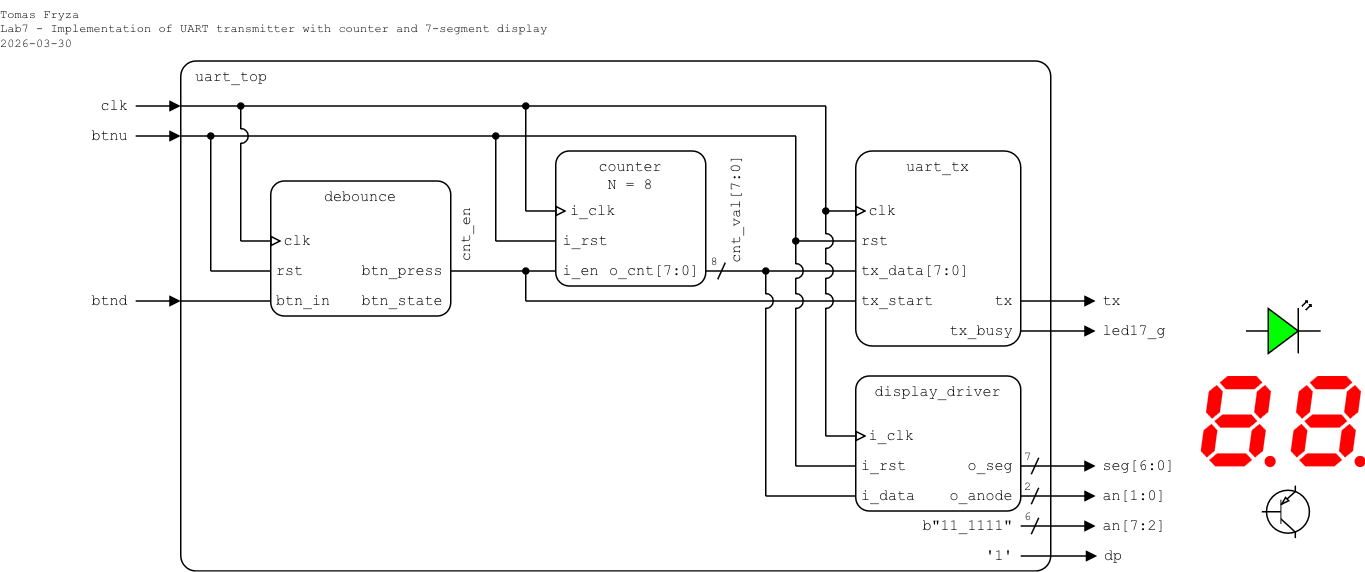
This is lab7-uart/images/top-level_ver3.png from tomas-fryza/verilog-examples, a draw.io export, as it was before one commit. Source tidied: cells renumbered, new cells last; positions are measured from the earlier drawing's top-left corner, leaving out a move shared by most shapes.
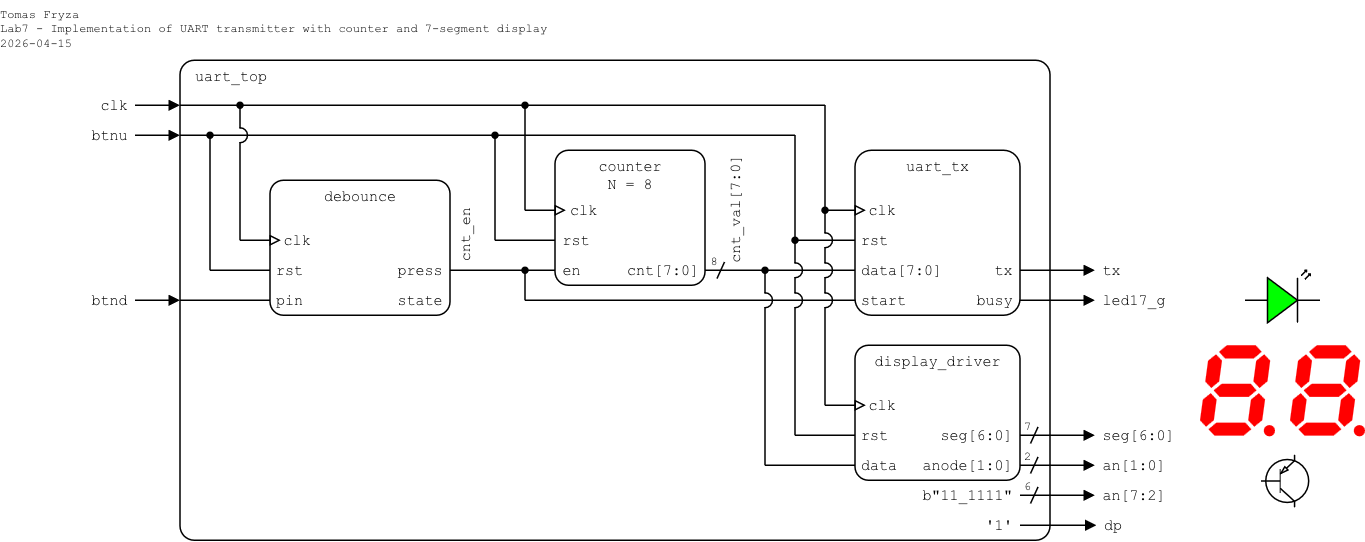
The same diagram one commit later.

Change to the diagram source:
```diff
@@ -5,18 +5,18 @@
     <mxCell id="2" value="uart_top" style="rounded=1;arcSize=3;whiteSpace=wrap;html=1;align=left;verticalAlign=top;fontFamily=Courier New;absoluteArcSize=0;fillColor=none;fontSize=10;spacingLeft=10;imageHeight=24;spacing=0;" parent="1" vertex="1">
-      <mxGeometry x="120" y="40" width="580" height="340" as="geometry" />
+      <mxGeometry x="120" y="40" width="580" height="320" as="geometry" />
     </mxCell>
     <mxCell id="3" value="display_driver" style="rounded=1;arcSize=10;align=center;verticalAlign=top;fontFamily=Courier New;absoluteArcSize=0;fillColor=none;fixDash=0;fontSize=10;spacingLeft=0;labelBorderColor=none;spacingTop=0;spacing=0;labelBackgroundColor=none;whiteSpace=wrap;html=1;strokeWidth=1;shadow=0;glass=0;" parent="1" vertex="1">
-      <mxGeometry x="570" y="250" width="110" height="90" as="geometry" />
+      <mxGeometry x="570" y="230" width="110" height="90" as="geometry" />
     </mxCell>
-    <mxCell id="4" value="i_rst" style="text;html=1;align=left;verticalAlign=middle;whiteSpace=wrap;rounded=0;fontFamily=Courier New;fontSize=10;fillOpacity=100;spacingLeft=5;spacing=0;" parent="1" vertex="1">
-      <mxGeometry x="569.4" y="300" width="30.6" height="20" as="geometry" />
+    <mxCell id="4" value="rst" style="text;html=1;align=left;verticalAlign=middle;whiteSpace=wrap;rounded=0;fontFamily=Courier New;fontSize=10;fillOpacity=100;spacingLeft=5;spacing=0;" parent="1" vertex="1">
+      <mxGeometry x="569.4" y="280" width="30.6" height="20" as="geometry" />
     </mxCell>
-    <mxCell id="5" value="i_clk" style="text;html=1;align=left;verticalAlign=middle;whiteSpace=wrap;rounded=0;fontFamily=Courier New;fontSize=10;fillOpacity=100;spacing=0;spacingLeft=10;" parent="1" vertex="1">
-      <mxGeometry x="569.4" y="280" width="40.6" height="20" as="geometry" />
+    <mxCell id="5" value="clk" style="text;html=1;align=left;verticalAlign=middle;whiteSpace=wrap;rounded=0;fontFamily=Courier New;fontSize=10;fillOpacity=100;spacing=0;spacingLeft=10;" parent="1" vertex="1">
+      <mxGeometry x="569.4" y="260" width="40.6" height="20" as="geometry" />
     </mxCell>
-    <mxCell id="6" value="o_seg" style="text;html=1;align=right;verticalAlign=middle;whiteSpace=wrap;rounded=0;fontFamily=Courier New;fontSize=10;fillOpacity=100;spacing=0;spacingRight=5;" parent="1" vertex="1">
-      <mxGeometry x="620" y="300" width="60" height="20" as="geometry" />
+    <mxCell id="6" value="seg[6:0]" style="text;html=1;align=right;verticalAlign=middle;whiteSpace=wrap;rounded=0;fontFamily=Courier New;fontSize=10;fillOpacity=100;spacing=0;spacingRight=5;" parent="1" vertex="1">
+      <mxGeometry x="620" y="280" width="60" height="20" as="geometry" />
     </mxCell>
-    <mxCell id="7" value="i_data" style="text;html=1;align=left;verticalAlign=middle;whiteSpace=wrap;rounded=0;fontFamily=Courier New;fontSize=10;fillOpacity=100;spacingLeft=5;spacing=0;" parent="1" vertex="1">
-      <mxGeometry x="569.4" y="320" width="60.6" height="20" as="geometry" />
+    <mxCell id="7" value="data" style="text;html=1;align=left;verticalAlign=middle;whiteSpace=wrap;rounded=0;fontFamily=Courier New;fontSize=10;fillOpacity=100;spacingLeft=5;spacing=0;" parent="1" vertex="1">
+      <mxGeometry x="569.4" y="300" width="40.6" height="20" as="geometry" />
     </mxCell>
@@ -24,4 +24,4 @@
       <mxGeometry relative="1" as="geometry">
-        <mxPoint x="680" y="310" as="sourcePoint" />
-        <mxPoint x="730" y="310" as="targetPoint" />
+        <mxPoint x="680" y="290" as="sourcePoint" />
+        <mxPoint x="730" y="290" as="targetPoint" />
       </mxGeometry>
@@ -29,3 +29,3 @@
     <mxCell id="9" value="seg[6:0]" style="text;html=1;align=left;verticalAlign=middle;whiteSpace=wrap;rounded=0;fontFamily=Courier New;fontSize=10;fillOpacity=100;spacing=0;spacingLeft=5;" parent="1" vertex="1">
-      <mxGeometry x="730" y="300" width="60" height="20" as="geometry" />
+      <mxGeometry x="730" y="280" width="60" height="20" as="geometry" />
     </mxCell>
@@ -33,4 +33,4 @@
       <mxGeometry relative="1" as="geometry">
-        <mxPoint x="680" y="350" as="sourcePoint" />
-        <mxPoint x="730" y="350" as="targetPoint" />
+        <mxPoint x="680" y="330" as="sourcePoint" />
+        <mxPoint x="730" y="330" as="targetPoint" />
       </mxGeometry>
@@ -38,6 +38,6 @@
     <mxCell id="11" value="b&quot;11_1111&quot;" style="text;html=1;align=right;verticalAlign=middle;whiteSpace=wrap;rounded=0;fontFamily=Courier New;fontSize=10;fillOpacity=100;spacing=0;spacingLeft=0;spacingRight=5;" parent="1" vertex="1">
-      <mxGeometry x="610" y="340" width="70" height="20" as="geometry" />
+      <mxGeometry x="610" y="320" width="70" height="20" as="geometry" />
     </mxCell>
     <mxCell id="12" value="an[7:2]" style="text;html=1;align=left;verticalAlign=middle;whiteSpace=wrap;rounded=0;fontFamily=Courier New;fontSize=10;fillOpacity=100;spacing=0;spacingLeft=5;" parent="1" vertex="1">
-      <mxGeometry x="730" y="340" width="50" height="20" as="geometry" />
+      <mxGeometry x="730" y="320" width="50" height="20" as="geometry" />
     </mxCell>
@@ -45,4 +45,4 @@
       <mxGeometry relative="1" as="geometry">
-        <mxPoint x="680" y="330" as="sourcePoint" />
-        <mxPoint x="730" y="330" as="targetPoint" />
+        <mxPoint x="680" y="310" as="sourcePoint" />
+        <mxPoint x="730" y="310" as="targetPoint" />
       </mxGeometry>
@@ -50,6 +50,6 @@
     <mxCell id="14" value="an[1:0]" style="text;html=1;align=left;verticalAlign=middle;whiteSpace=wrap;rounded=0;fontFamily=Courier New;fontSize=10;fillOpacity=100;spacing=0;spacingLeft=5;" parent="1" vertex="1">
-      <mxGeometry x="730" y="320" width="20" height="20" as="geometry" />
+      <mxGeometry x="730" y="300" width="20" height="20" as="geometry" />
     </mxCell>
     <mxCell id="15" value="7" style="text;html=1;align=center;verticalAlign=middle;whiteSpace=wrap;rounded=0;fontFamily=Courier New;fontSize=8;fillOpacity=100;spacing=2;spacingRight=0;" parent="1" vertex="1">
-      <mxGeometry x="680" y="294" width="10" height="20" as="geometry" />
+      <mxGeometry x="680" y="274" width="10" height="20" as="geometry" />
     </mxCell>
@@ -57,4 +57,4 @@
       <mxGeometry relative="1" as="geometry">
-        <mxPoint x="692" y="304.5" as="sourcePoint" />
-        <mxPoint x="687" y="315.5" as="targetPoint" />
+        <mxPoint x="692" y="284.5" as="sourcePoint" />
+        <mxPoint x="687" y="295.5" as="targetPoint" />
       </mxGeometry>
@@ -62,3 +62,3 @@
     <mxCell id="17" value="6" style="text;html=1;align=center;verticalAlign=middle;whiteSpace=wrap;rounded=0;fontFamily=Courier New;fontSize=8;fillOpacity=100;spacing=2;spacingRight=0;" parent="1" vertex="1">
-      <mxGeometry x="680" y="334" width="10" height="20" as="geometry" />
+      <mxGeometry x="680" y="314" width="10" height="20" as="geometry" />
     </mxCell>
@@ -66,8 +66,8 @@
       <mxGeometry relative="1" as="geometry">
-        <mxPoint x="692" y="344.5" as="sourcePoint" />
-        <mxPoint x="687" y="355.5" as="targetPoint" />
+        <mxPoint x="692" y="324.5" as="sourcePoint" />
+        <mxPoint x="687" y="335.5" as="targetPoint" />
       </mxGeometry>
     </mxCell>
-    <mxCell id="19" value="o_anode" style="text;html=1;align=right;verticalAlign=middle;whiteSpace=wrap;rounded=0;fontFamily=Courier New;fontSize=10;fillOpacity=100;spacing=0;spacingRight=5;" parent="1" vertex="1">
-      <mxGeometry x="610" y="320" width="70" height="20" as="geometry" />
+    <mxCell id="19" value="anode[1:0]" style="text;html=1;align=right;verticalAlign=middle;whiteSpace=wrap;rounded=0;fontFamily=Courier New;fontSize=10;fillOpacity=100;spacing=0;spacingRight=5;" parent="1" vertex="1">
+      <mxGeometry x="610" y="300" width="70" height="20" as="geometry" />
     </mxCell>
@@ -75,4 +75,4 @@
       <mxGeometry relative="1" as="geometry">
-        <mxPoint x="680" y="370" as="sourcePoint" />
-        <mxPoint x="731" y="370" as="targetPoint" />
+        <mxPoint x="680" y="350" as="sourcePoint" />
+        <mxPoint x="731" y="350" as="targetPoint" />
       </mxGeometry>
@@ -80,18 +80,18 @@
     <mxCell id="21" value="dp" style="text;html=1;align=left;verticalAlign=middle;whiteSpace=wrap;rounded=0;fontFamily=Courier New;fontSize=10;fillOpacity=100;spacing=0;spacingLeft=5;" parent="1" vertex="1">
-      <mxGeometry x="731" y="360" width="20" height="20" as="geometry" />
+      <mxGeometry x="731" y="340" width="20" height="20" as="geometry" />
     </mxCell>
     <mxCell id="22" value="'1'" style="text;html=1;align=right;verticalAlign=middle;whiteSpace=wrap;rounded=0;fontFamily=Courier New;fontSize=10;fillOpacity=100;spacing=0;spacingLeft=0;spacingRight=5;" parent="1" vertex="1">
-      <mxGeometry x="650" y="360" width="30" height="20" as="geometry" />
+      <mxGeometry x="650" y="340" width="30" height="20" as="geometry" />
     </mxCell>
     <mxCell id="23" style="verticalLabelPosition=bottom;shadow=0;dashed=0;align=center;html=1;verticalAlign=top;shape=mxgraph.electrical.opto_electronics.7_segment_display_with_dp;fillColor=#FF0000;strokeColor=none;" parent="1" vertex="1">
-      <mxGeometry x="800" y="250" width="50" height="60.8" as="geometry" />
+      <mxGeometry x="800" y="230" width="50" height="60.8" as="geometry" />
     </mxCell>
     <mxCell id="24" style="verticalLabelPosition=bottom;shadow=0;dashed=0;align=center;html=1;verticalAlign=top;shape=mxgraph.electrical.opto_electronics.7_segment_display_with_dp;fillColor=#FF0000;strokeColor=none;" parent="1" vertex="1">
-      <mxGeometry x="860" y="250" width="50" height="60.8" as="geometry" />
+      <mxGeometry x="860" y="230" width="50" height="60.8" as="geometry" />
     </mxCell>
     <mxCell id="25" style="verticalLabelPosition=bottom;shadow=0;dashed=0;align=center;html=1;verticalAlign=top;shape=mxgraph.electrical.transistors.pnp_transistor_1;" parent="1" vertex="1">
-      <mxGeometry x="840" y="323" width="33.2" height="35" as="geometry" />
+      <mxGeometry x="840" y="303" width="33.2" height="35" as="geometry" />
     </mxCell>
     <mxCell id="26" value="2" style="text;html=1;align=center;verticalAlign=middle;whiteSpace=wrap;rounded=0;fontFamily=Courier New;fontSize=8;fillOpacity=100;spacing=2;spacingRight=0;" parent="1" vertex="1">
-      <mxGeometry x="680" y="314" width="10" height="20" as="geometry" />
+      <mxGeometry x="680" y="294" width="10" height="20" as="geometry" />
     </mxCell>
@@ -99,4 +99,4 @@
       <mxGeometry relative="1" as="geometry">
-        <mxPoint x="692" y="324.5" as="sourcePoint" />
-        <mxPoint x="687" y="335.5" as="targetPoint" />
+        <mxPoint x="692" y="304.5" as="sourcePoint" />
+        <mxPoint x="687" y="315.5" as="targetPoint" />
       </mxGeometry>
@@ -104,6 +104,6 @@
     <mxCell id="28" value="&lt;div&gt;uart_tx&lt;/div&gt;" style="rounded=1;arcSize=10;align=center;verticalAlign=top;fontFamily=Courier New;absoluteArcSize=0;fillColor=none;fixDash=0;fontSize=10;spacingLeft=0;labelBorderColor=none;spacingTop=0;spacing=0;labelBackgroundColor=none;whiteSpace=wrap;html=1;strokeWidth=1;shadow=0;glass=0;" parent="1" vertex="1">
-      <mxGeometry x="570" y="100" width="110" height="130" as="geometry" />
+      <mxGeometry x="570" y="100" width="110" height="110" as="geometry" />
     </mxCell>
-    <mxCell id="29" value="tx_data[7:0]" style="text;html=1;align=left;verticalAlign=middle;whiteSpace=wrap;rounded=0;fontFamily=Courier New;fontSize=10;fillOpacity=100;spacingLeft=5;spacing=0;" parent="1" vertex="1">
-      <mxGeometry x="569.4" y="170" width="80.6" height="20" as="geometry" />
+    <mxCell id="29" value="data[7:0]" style="text;html=1;align=left;verticalAlign=middle;whiteSpace=wrap;rounded=0;fontFamily=Courier New;fontSize=10;fillOpacity=100;spacingLeft=5;spacing=0;" parent="1" vertex="1">
+      <mxGeometry x="569.4" y="170" width="60.6" height="20" as="geometry" />
     </mxCell>
@@ -113,6 +113,6 @@
     <mxCell id="31" value="tx" style="text;html=1;align=right;verticalAlign=middle;whiteSpace=wrap;rounded=0;fontFamily=Courier New;fontSize=10;fillOpacity=100;spacing=0;spacingRight=5;" parent="1" vertex="1">
-      <mxGeometry x="650" y="190" width="30" height="20" as="geometry" />
+      <mxGeometry x="650" y="170" width="30" height="20" as="geometry" />
     </mxCell>
-    <mxCell id="32" value="tx_start" style="text;html=1;align=left;verticalAlign=middle;whiteSpace=wrap;rounded=0;fontFamily=Courier New;fontSize=10;fillOpacity=100;spacingLeft=5;spacing=0;" parent="1" vertex="1">
-      <mxGeometry x="569.4" y="190" width="60.6" height="20" as="geometry" />
+    <mxCell id="32" value="start" style="text;html=1;align=left;verticalAlign=middle;whiteSpace=wrap;rounded=0;fontFamily=Courier New;fontSize=10;fillOpacity=100;spacingLeft=5;spacing=0;" parent="1" vertex="1">
+      <mxGeometry x="569.4" y="190" width="40.6" height="20" as="geometry" />
     </mxCell>
@@ -120,4 +120,4 @@
       <mxGeometry relative="1" as="geometry">
-        <mxPoint x="680" y="200" as="sourcePoint" />
-        <mxPoint x="730" y="200" as="targetPoint" />
+        <mxPoint x="680" y="180" as="sourcePoint" />
+        <mxPoint x="730" y="180" as="targetPoint" />
       </mxGeometry>
@@ -125,6 +125,6 @@
     <mxCell id="34" value="tx" style="text;html=1;align=left;verticalAlign=middle;whiteSpace=wrap;rounded=0;fontFamily=Courier New;fontSize=10;fillOpacity=100;spacing=0;spacingLeft=5;" parent="1" vertex="1">
-      <mxGeometry x="730" y="190" width="90" height="20" as="geometry" />
+      <mxGeometry x="730" y="170" width="90" height="20" as="geometry" />
     </mxCell>
-    <mxCell id="35" value="tx_busy" style="text;html=1;align=right;verticalAlign=middle;whiteSpace=wrap;rounded=0;fontFamily=Courier New;fontSize=10;fillOpacity=100;spacing=0;spacingRight=5;" parent="1" vertex="1">
-      <mxGeometry x="600" y="210" width="80" height="20" as="geometry" />
+    <mxCell id="35" value="busy" style="text;html=1;align=right;verticalAlign=middle;whiteSpace=wrap;rounded=0;fontFamily=Courier New;fontSize=10;fillOpacity=100;spacing=0;spacingRight=5;" parent="1" vertex="1">
+      <mxGeometry x="640" y="190" width="40" height="20" as="geometry" />
     </mxCell>
@@ -132,4 +132,4 @@
       <mxGeometry relative="1" as="geometry">
-        <mxPoint x="680" y="220" as="sourcePoint" />
-        <mxPoint x="730" y="220" as="targetPoint" />
+        <mxPoint x="680" y="200" as="sourcePoint" />
+        <mxPoint x="730" y="200" as="targetPoint" />
       </mxGeometry>
@@ -137,3 +137,3 @@
     <mxCell id="37" value="led17_g" style="text;html=1;align=left;verticalAlign=middle;whiteSpace=wrap;rounded=0;fontFamily=Courier New;fontSize=10;fillOpacity=100;spacing=0;spacingLeft=5;" parent="1" vertex="1">
-      <mxGeometry x="730" y="210" width="70" height="20" as="geometry" />
+      <mxGeometry x="730" y="190" width="70" height="20" as="geometry" />
     </mxCell>
@@ -167,3 +167,3 @@
     <mxCell id="43" style="verticalLabelPosition=bottom;shadow=0;dashed=0;align=center;html=1;verticalAlign=top;shape=mxgraph.electrical.opto_electronics.led_2;fillColor=#00FF00;" parent="1" vertex="1">
-      <mxGeometry x="830" y="200" width="50" height="35" as="geometry" />
+      <mxGeometry x="830" y="180" width="50" height="35" as="geometry" />
     </mxCell>
@@ -190,4 +190,4 @@
     </mxCell>
-    <mxCell id="49" value="btn_state" style="text;html=1;align=right;verticalAlign=middle;whiteSpace=wrap;rounded=0;fontFamily=Courier New;fontSize=10;fillOpacity=100;spacing=0;spacingRight=5;" parent="1" vertex="1">
-      <mxGeometry x="250" y="190" width="50" height="20" as="geometry" />
+    <mxCell id="49" value="state" style="text;html=1;align=right;verticalAlign=middle;whiteSpace=wrap;rounded=0;fontFamily=Courier New;fontSize=10;fillOpacity=100;spacing=0;spacingRight=5;" parent="1" vertex="1">
+      <mxGeometry x="260" y="190" width="40" height="20" as="geometry" />
     </mxCell>
@@ -208,4 +208,4 @@
     </mxCell>
-    <mxCell id="53" value="btn_in" style="text;html=1;align=left;verticalAlign=middle;whiteSpace=wrap;rounded=0;fontFamily=Courier New;fontSize=10;fillOpacity=100;spacingLeft=5;spacing=0;" parent="1" vertex="1">
-      <mxGeometry x="179.4" y="190" width="50.6" height="20" as="geometry" />
+    <mxCell id="53" value="pin" style="text;html=1;align=left;verticalAlign=middle;whiteSpace=wrap;rounded=0;fontFamily=Courier New;fontSize=10;fillOpacity=100;spacingLeft=5;spacing=0;" parent="1" vertex="1">
+      <mxGeometry x="179.4" y="190" width="30.6" height="20" as="geometry" />
     </mxCell>
@@ -217,4 +217,4 @@
     </mxCell>
-    <mxCell id="55" value="btn_press" style="text;html=1;align=right;verticalAlign=middle;whiteSpace=wrap;rounded=0;fontFamily=Courier New;fontSize=10;fillOpacity=100;spacing=0;spacingRight=5;" parent="1" vertex="1">
-      <mxGeometry x="230" y="170" width="70" height="20" as="geometry" />
+    <mxCell id="55" value="press" style="text;html=1;align=right;verticalAlign=middle;whiteSpace=wrap;rounded=0;fontFamily=Courier New;fontSize=10;fillOpacity=100;spacing=0;spacingRight=5;" parent="1" vertex="1">
+      <mxGeometry x="260" y="170" width="40" height="20" as="geometry" />
     </mxCell>
@@ -244,12 +244,12 @@
     </mxCell>
-    <mxCell id="61" value="i_rst" style="text;html=1;align=left;verticalAlign=middle;whiteSpace=wrap;rounded=0;fontFamily=Courier New;fontSize=10;fillOpacity=100;spacingLeft=5;spacing=0;" parent="1" vertex="1">
+    <mxCell id="61" value="rst" style="text;html=1;align=left;verticalAlign=middle;whiteSpace=wrap;rounded=0;fontFamily=Courier New;fontSize=10;fillOpacity=100;spacingLeft=5;spacing=0;" parent="1" vertex="1">
       <mxGeometry x="370" y="150" width="30.6" height="20" as="geometry" />
     </mxCell>
-    <mxCell id="62" value="i_clk" style="text;html=1;align=left;verticalAlign=middle;whiteSpace=wrap;rounded=0;fontFamily=Courier New;fontSize=10;fillOpacity=100;spacing=0;spacingLeft=10;" parent="1" vertex="1">
+    <mxCell id="62" value="clk" style="text;html=1;align=left;verticalAlign=middle;whiteSpace=wrap;rounded=0;fontFamily=Courier New;fontSize=10;fillOpacity=100;spacing=0;spacingLeft=10;" parent="1" vertex="1">
       <mxGeometry x="370" y="130" width="40.6" height="20" as="geometry" />
     </mxCell>
-    <mxCell id="63" value="o_cnt[7:0]" style="text;html=1;align=right;verticalAlign=middle;whiteSpace=wrap;rounded=0;fontFamily=Courier New;fontSize=10;fillOpacity=100;spacing=0;spacingRight=5;" parent="1" vertex="1">
-      <mxGeometry x="400" y="170" width="70.6" height="20" as="geometry" />
+    <mxCell id="63" value="cnt[7:0]" style="text;html=1;align=right;verticalAlign=middle;whiteSpace=wrap;rounded=0;fontFamily=Courier New;fontSize=10;fillOpacity=100;spacing=0;spacingRight=5;" parent="1" vertex="1">
+      <mxGeometry x="410" y="170" width="60.6" height="20" as="geometry" />
     </mxCell>
-    <mxCell id="64" value="i_en" style="text;html=1;align=left;verticalAlign=middle;whiteSpace=wrap;rounded=0;fontFamily=Courier New;fontSize=10;fillOpacity=100;spacingLeft=5;spacing=0;" parent="1" vertex="1">
+    <mxCell id="64" value="en" style="text;html=1;align=left;verticalAlign=middle;whiteSpace=wrap;rounded=0;fontFamily=Courier New;fontSize=10;fillOpacity=100;spacingLeft=5;spacing=0;" parent="1" vertex="1">
       <mxGeometry x="370" y="170" width="30.6" height="20" as="geometry" />
@@ -349,3 +349,3 @@
     </mxCell>
-    <mxCell id="83" value="&lt;div&gt;Tomas Fryza&lt;/div&gt;&lt;div&gt;Lab7 - Implementation of UART transmitter with counter and 7-segment display&lt;/div&gt;&lt;div&gt;2026-03-30&lt;/div&gt;" style="text;html=1;align=left;verticalAlign=top;whiteSpace=wrap;rounded=0;fontFamily=Courier New;fontSize=8;fillOpacity=100;spacing=0;spacingLeft=0;" parent="1" vertex="1">
+    <mxCell id="83" value="&lt;div&gt;Tomas Fryza&lt;/div&gt;&lt;div&gt;Lab7 - Implementation of UART transmitter with counter and 7-segment display&lt;/div&gt;&lt;div&gt;2026-04-15&lt;/div&gt;" style="text;html=1;align=left;verticalAlign=top;whiteSpace=wrap;rounded=0;fontFamily=Courier New;fontSize=8;fillOpacity=100;spacing=0;spacingLeft=0;" parent="1" vertex="1">
       <mxGeometry width="400" height="40" as="geometry" />
@@ -357,3 +357,3 @@
       <mxGeometry relative="1" as="geometry">
-        <mxPoint x="510" y="330" as="sourcePoint" />
+        <mxPoint x="510" y="310" as="sourcePoint" />
         <mxPoint x="510" y="204.5" as="targetPoint" />
@@ -372,3 +372,3 @@
       <mxGeometry relative="1" as="geometry">
-        <mxPoint x="530" y="310" as="sourcePoint" />
+        <mxPoint x="530" y="290" as="sourcePoint" />
         <mxPoint x="530" y="204.5" as="targetPoint" />
@@ -411,3 +411,3 @@
       <mxGeometry relative="1" as="geometry">
-        <mxPoint x="550" y="290" as="sourcePoint" />
+        <mxPoint x="550" y="270" as="sourcePoint" />
         <mxPoint x="550" y="204.5" as="targetPoint" />
@@ -426,4 +426,4 @@
       <mxGeometry relative="1" as="geometry">
-        <mxPoint x="550" y="290" as="sourcePoint" />
-        <mxPoint x="577.2" y="290" as="targetPoint" />
+        <mxPoint x="550" y="270" as="sourcePoint" />
+        <mxPoint x="577.2" y="270" as="targetPoint" />
       </mxGeometry>
@@ -432,4 +432,4 @@
       <mxGeometry relative="1" as="geometry">
-        <mxPoint x="530" y="310" as="sourcePoint" />
-        <mxPoint x="570" y="310" as="targetPoint" />
+        <mxPoint x="530" y="290" as="sourcePoint" />
+        <mxPoint x="570" y="290" as="targetPoint" />
       </mxGeometry>
@@ -438,4 +438,4 @@
       <mxGeometry relative="1" as="geometry">
-        <mxPoint x="510" y="330" as="sourcePoint" />
-        <mxPoint x="570" y="330" as="targetPoint" />
+        <mxPoint x="510" y="310" as="sourcePoint" />
+        <mxPoint x="570" y="310" as="targetPoint" />
       </mxGeometry>
```
